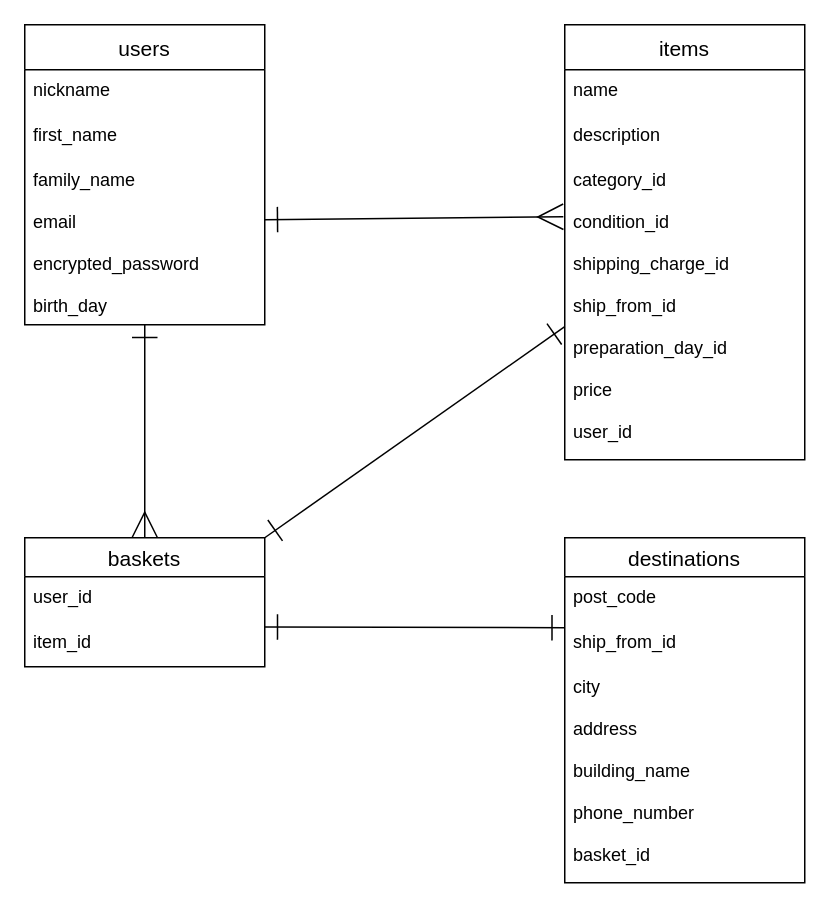
apricot0106/furima-38203 keeps this draw.io diagram as furima.dio. Above is the earlier version. Source tidied: cells renumbered, new cells numbered last; positions are measured from the earlier drawing's top-left corner, leaving out a move shared by most shapes. Both pictures are drawn from the tidied source at 150%, with x=0, y=0 at pixel (24, 24).
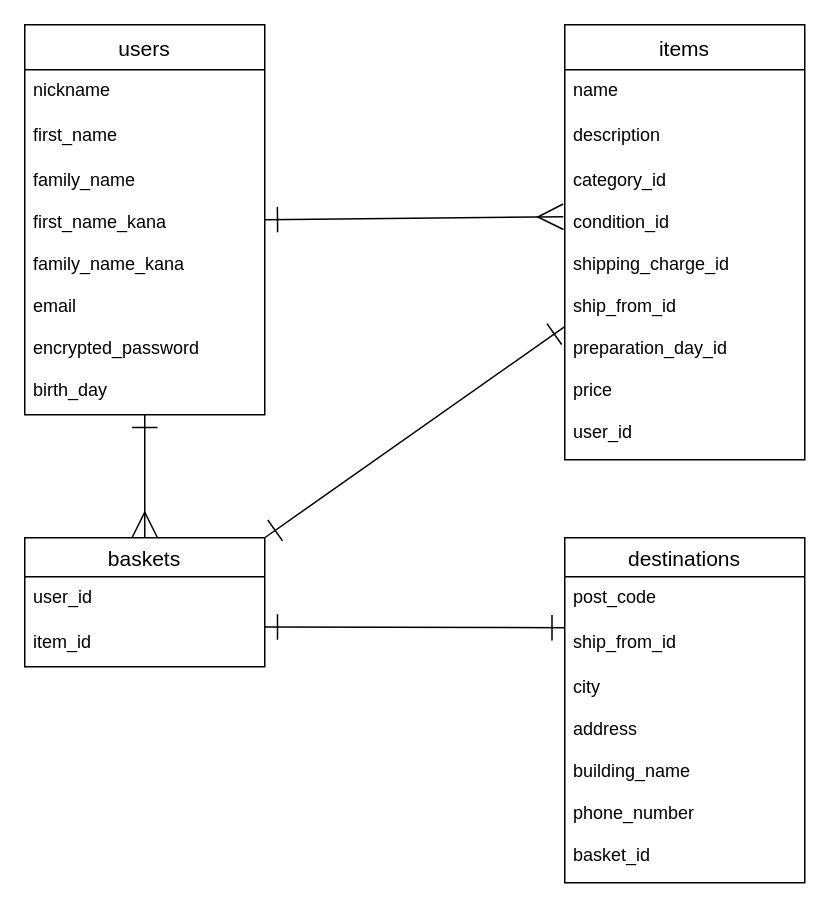
After the change.

Commit message (it also covers changes not shown here):
データベース設計5

The edit, as a diff of the source:
```diff
@@
     <mxCell id="4" value="users" style="swimlane;fontStyle=0;horizontal=1;startSize=30;align=center;fontSize=14;strokeWidth=1;" parent="1" vertex="1">
-      <mxGeometry width="160" height="200" as="geometry" />
+      <mxGeometry width="160" height="260" as="geometry" />
     </mxCell>
@@
-    <mxCell id="7" value="family_name&#10;&#10;email&#10;&#10;encrypted_password&#10;&#10;birth_day" style="text;spacingLeft=4;spacingRight=4;overflow=hidden;fontSize=12;" parent="4" vertex="1">
-      <mxGeometry y="90" width="160" height="110" as="geometry" />
+    <mxCell id="7" value="family_name&#10;&#10;first_name_kana&#10;&#10;family_name_kana&#10;&#10;email&#10;&#10;encrypted_password&#10;&#10;birth_day" style="text;spacingLeft=4;spacingRight=4;overflow=hidden;fontSize=12;" parent="4" vertex="1">
+      <mxGeometry y="90" width="160" height="170" as="geometry" />
     </mxCell>
```
